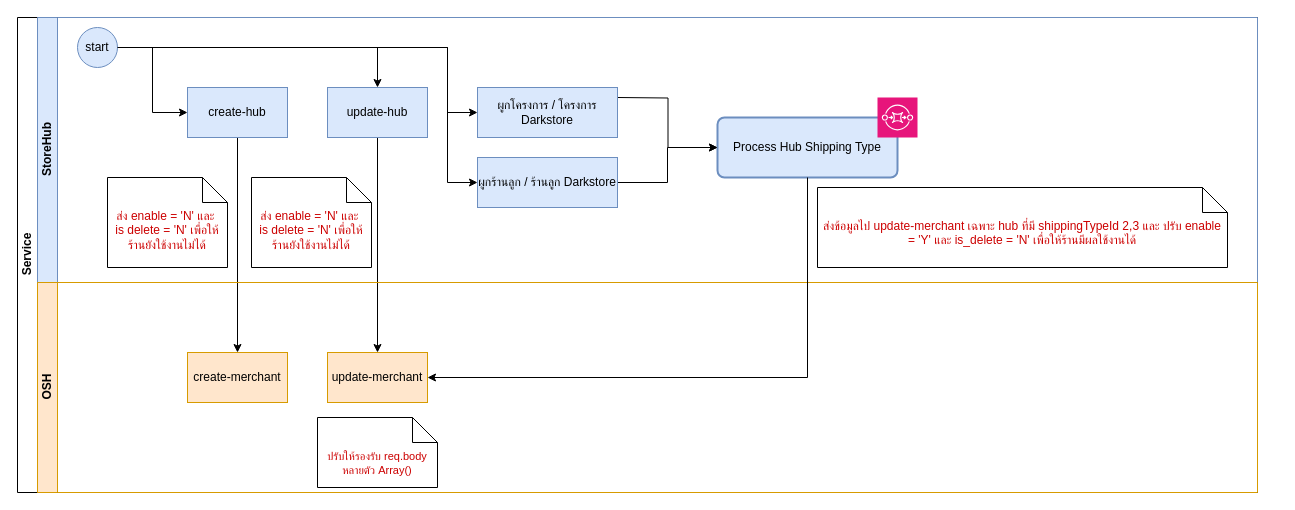
Above: Flow-การส่งข้อมูล-merchant-master.drawio in peapong/draw.io-diagrams (draw.io), before the change. Source tidied: cells renumbered, new cells numbered last; positions are measured from the earlier drawing's top-left corner, leaving out a move shared by most shapes. Both pictures are drawn from the tidied source at 100%, with x=0, y=0 at pixel (17, 17).
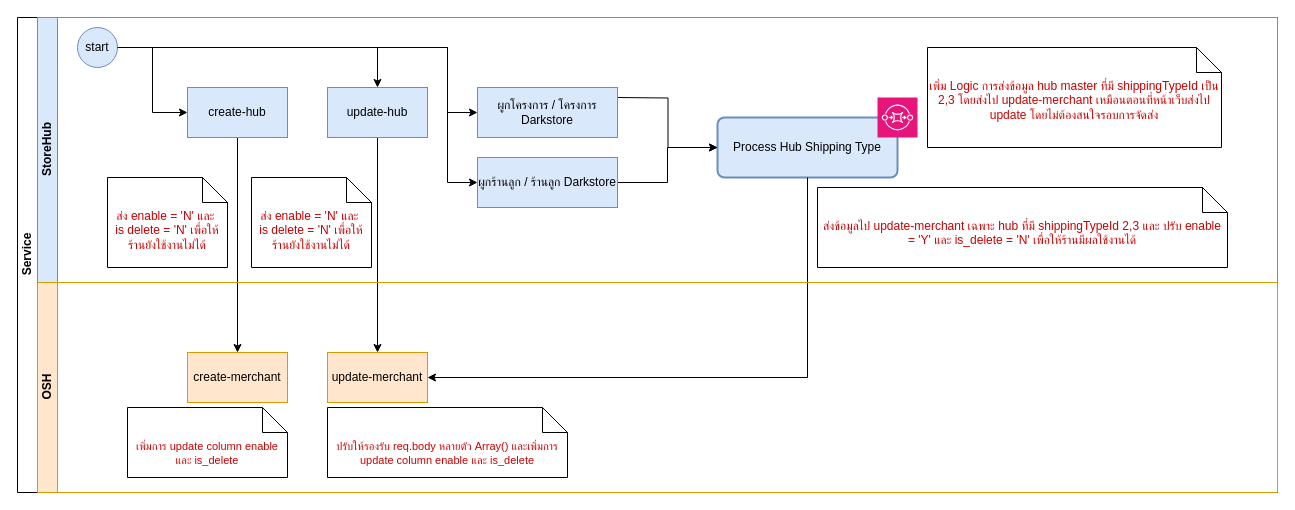
After the change.

The change refers to these unchanged cells:
```xml
<mxCell id="11" value="Process Hub Shipping Type" style="rounded=1;whiteSpace=wrap;html=1;absoluteArcSize=1;arcSize=14;strokeWidth=2;fillColor=#dae8fc;strokeColor=#6c8ebf;" parent="10" vertex="1">
  <mxGeometry y="20" width="180" height="60" as="geometry" />
</mxCell>
<mxCell id="25" value="update-merchant" style="html=1;dashed=0;whiteSpace=wrap;fillColor=#ffe6cc;strokeColor=#d79b00;" parent="23" vertex="1">
  <mxGeometry x="290" y="70" width="100" height="50" as="geometry" />
</mxCell>
```

What changed in the source:
```diff
@@
     <mxCell id="2" value="Service" style="swimlane;html=1;horizontal=0;startSize=20;" parent="1" vertex="1">
-      <mxGeometry width="1240" height="475" as="geometry" />
+      <mxGeometry width="1260" height="475" as="geometry" />
     </mxCell>
@@
     <mxCell id="5" value="StoreHub" style="swimlane;html=1;startSize=20;horizontal=0;fillColor=#dae8fc;strokeColor=#6c8ebf;" parent="2" vertex="1">
-      <mxGeometry x="20" width="1220" height="265" as="geometry" />
+      <mxGeometry x="20" width="1240" height="265" as="geometry" />
     </mxCell>
@@
+    <mxCell id="28" value="&lt;font color=&quot;#cc0000&quot;&gt;เพิ่ม Logic การส่งข้อมูล hub master ที่มี shippingTypeId เป็น 2,3 โดยส่งไป update-merchant เหมือนตอนที่หน้าเว็บส่งไป update โดยไม่ต้องสนใจรอบการจัดส่ง&lt;/font&gt;" style="shape=note2;boundedLbl=1;whiteSpace=wrap;html=1;size=25;verticalAlign=top;align=center;" parent="5" vertex="1">
+      <mxGeometry x="890" y="30" width="294" height="100" as="geometry" />
+    </mxCell>
+    <mxCell id="27" style="edgeStyle=orthogonalEdgeStyle;rounded=0;jettySize=auto;html=1;exitX=0.5;exitY=1;exitDx=0;exitDy=0;entryX=1;entryY=0.5;entryDx=0;entryDy=0;" parent="2" edge="1" source="11" target="25">
+      <mxGeometry relative="1" as="geometry" />
+    </mxCell>
     <mxCell id="23" value="OSH" style="swimlane;html=1;startSize=20;horizontal=0;fillColor=#ffe6cc;strokeColor=#d79b00;" parent="2" vertex="1">
-      <mxGeometry x="20" y="265" width="1220" height="210" as="geometry" />
+      <mxGeometry x="20" y="265" width="1240" height="210" as="geometry" />
     </mxCell>
@@
-    <mxCell id="26" value="&lt;font style=&quot;font-size: 11px;&quot; color=&quot;#cc0000&quot;&gt;ปรับให้รองรับ req.body หลายตัว Array()&lt;/font&gt;" style="shape=note2;boundedLbl=1;whiteSpace=wrap;html=1;size=25;verticalAlign=top;align=center;" parent="23" vertex="1">
-      <mxGeometry x="280" y="135" width="120" height="70" as="geometry" />
+    <mxCell id="26" value="&lt;font style=&quot;font-size: 11px;&quot; color=&quot;#cc0000&quot;&gt;ปรับให้รองรับ req.body หลายตัว Array() และเพิ่มการ update column enable และ is_delete&lt;/font&gt;" style="shape=note2;boundedLbl=1;whiteSpace=wrap;html=1;size=25;verticalAlign=top;align=center;" parent="23" vertex="1">
+      <mxGeometry x="290" y="125" width="240" height="70" as="geometry" />
     </mxCell>
-    <mxCell id="27" style="edgeStyle=orthogonalEdgeStyle;rounded=0;jettySize=auto;html=1;exitX=0.5;exitY=1;exitDx=0;exitDy=0;entryX=1;entryY=0.5;entryDx=0;entryDy=0;" parent="2" edge="1" source="11" target="25">
-      <mxGeometry relative="1" as="geometry" />
-    </mxCell>
+    <mxCell id="29" value="&lt;font style=&quot;font-size: 11px;&quot; color=&quot;#cc0000&quot;&gt;เพิ่มการ update column enable และ is_delete&lt;/font&gt;" style="shape=note2;boundedLbl=1;whiteSpace=wrap;html=1;size=25;verticalAlign=top;align=center;" parent="23" vertex="1">
+      <mxGeometry x="90" y="125" width="160" height="70" as="geometry" />
+    </mxCell>
```
